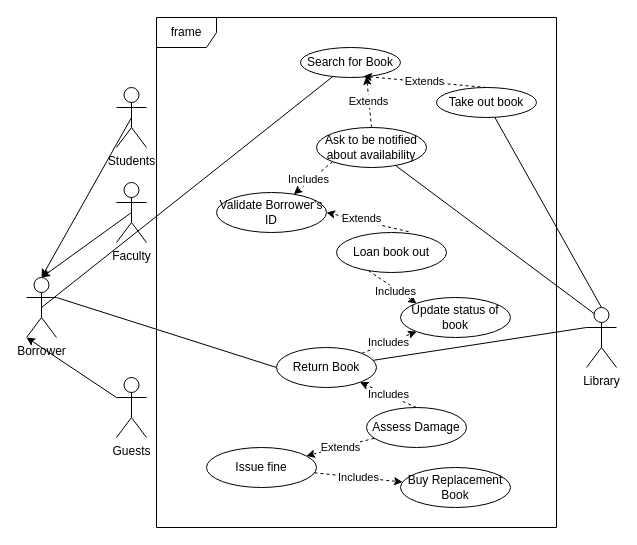
Darren-ODonnell/BusinessModellingDiagrams keeps this draw.io diagram as week1/UML Use Case Diagram 1.drawio. Above is the earlier version. Source tidied: cells renumbered, new cells numbered last; positions are measured from the earlier drawing's top-left corner, leaving out a move shared by most shapes. Both pictures are drawn from the tidied source at 100%, with x=0, y=0 at pixel (26, 17).
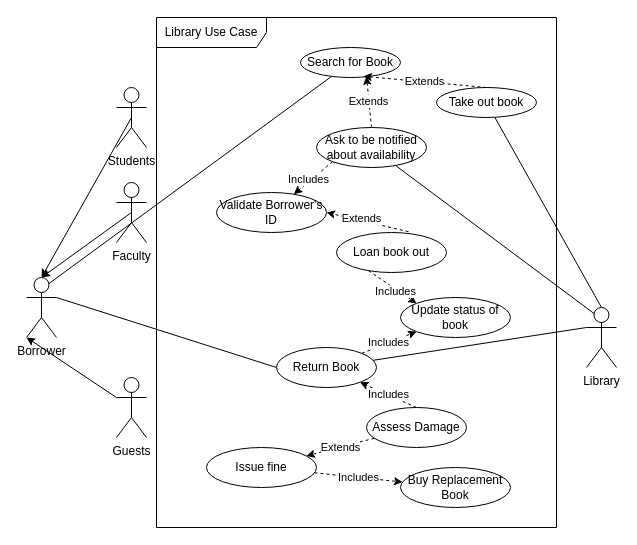
The same diagram, later.

The change refers to these unchanged cells:
```xml
<mxCell id="5" value="Borrower" style="shape=umlActor;verticalLabelPosition=bottom;verticalAlign=top;html=1;" parent="1" vertex="1">
  <mxGeometry y="260" width="30" height="60" as="geometry" />
</mxCell>
<mxCell id="12" value="Search for Book" style="ellipse;whiteSpace=wrap;html=1;" parent="1" vertex="1">
  <mxGeometry x="274" y="30" width="100" height="30" as="geometry" />
</mxCell>
```

The edit, as a diff of the source:
```diff
@@
-    <mxCell id="2" value="frame" style="shape=umlFrame;whiteSpace=wrap;html=1;" parent="1" vertex="1">
+    <mxCell id="2" value="Library Use Case" style="shape=umlFrame;whiteSpace=wrap;html=1;width=110;height=30;" parent="1" vertex="1">
       <mxGeometry x="130" width="400" height="510" as="geometry" />
     </mxCell>
-    <mxCell id="3" style="edgeStyle=none;rounded=0;jettySize=auto;html=1;exitX=0.5;exitY=0.5;exitDx=0;exitDy=0;exitPerimeter=0;endArrow=none;endFill=0;" parent="1" edge="1" source="5" target="12">
+    <mxCell id="3" style="edgeStyle=none;rounded=0;jettySize=auto;html=1;exitX=0.75;exitY=0.1;exitDx=0;exitDy=0;exitPerimeter=0;endArrow=none;endFill=0;" parent="1" edge="1" source="5" target="12">
       <mxGeometry relative="1" as="geometry" />
     </mxCell>
```
